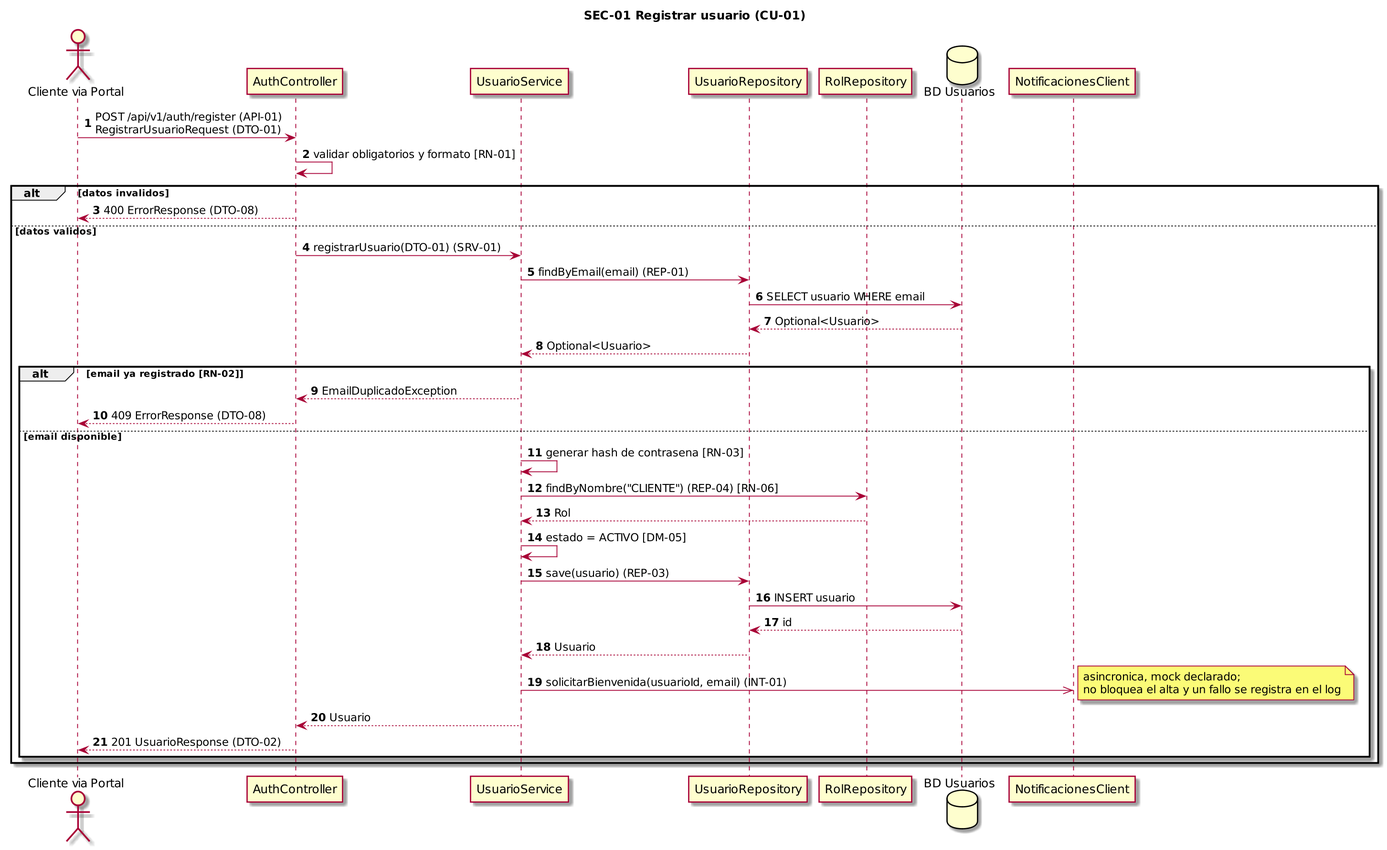
Earlier version of the PlantUML export doc/Diagramas/SEC-01.png (CarlaGorgal2002/deliverygo-usuarios-auth). Its source is kept beside it as doc/Diagramas/SEC-01.puml.
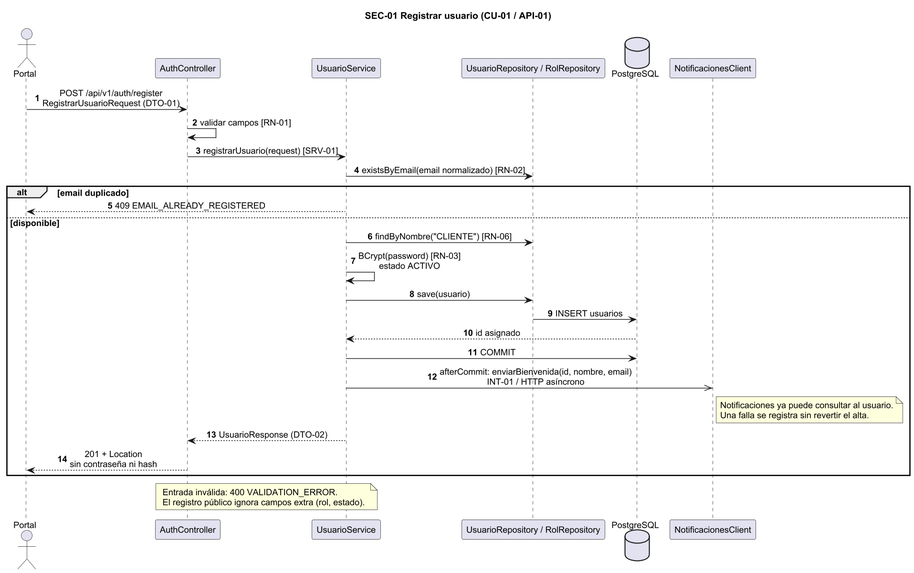
The same diagram one commit later.

What changed in the source:
```diff
@@ -1,41 +1,34 @@
 @startuml SEC-01
-skinparam dpi 170
-title SEC-01 Registrar usuario (CU-01)
+skinparam dpi 135
+skinparam shadowing false
+skinparam defaultFontName Arial
+skinparam defaultFontSize 13
+skinparam sequenceMessageAlign center
+title SEC-01 Registrar usuario (CU-01 / API-01)
 autonumber
-actor "Cliente via Portal" as Cliente
-participant "AuthController" as Ctrl
-participant "UsuarioService" as Srv
-participant "UsuarioRepository" as RepU
-participant "RolRepository" as RepR
-database "BD Usuarios" as BD
-participant "NotificacionesClient" as Notif
-
-Cliente -> Ctrl : POST /api/v1/auth/register (API-01)\nRegistrarUsuarioRequest (DTO-01)
-Ctrl -> Ctrl : validar obligatorios y formato [RN-01]
-alt datos invalidos
-  Ctrl --> Cliente : 400 ErrorResponse (DTO-08)
-else datos validos
-Ctrl -> Srv : registrarUsuario(DTO-01) (SRV-01)
-Srv -> RepU : findByEmail(email) (REP-01)
-RepU -> BD : SELECT usuario WHERE email
-BD --> RepU : Optional<Usuario>
-RepU --> Srv : Optional<Usuario>
-alt email ya registrado [RN-02]
-  Srv --> Ctrl : EmailDuplicadoException
-  Ctrl --> Cliente : 409 ErrorResponse (DTO-08)
-else email disponible
-  Srv -> Srv : generar hash de contrasena [RN-03]
-  Srv -> RepR : findByNombre("CLIENTE") (REP-04) [RN-06]
-  RepR --> Srv : Rol
-  Srv -> Srv : estado = ACTIVO [DM-05]
-  Srv -> RepU : save(usuario) (REP-03)
-  RepU -> BD : INSERT usuario
-  BD --> RepU : id
-  RepU --> Srv : Usuario
-  Srv ->> Notif : solicitarBienvenida(usuarioId, email) (INT-01)
-  note right : asincronica, mock declarado;\nno bloquea el alta y un fallo se registra en el log
-  Srv --> Ctrl : Usuario
-  Ctrl --> Cliente : 201 UsuarioResponse (DTO-02)
+actor Portal
+participant AuthController as C
+participant UsuarioService as S
+participant "UsuarioRepository / RolRepository" as R
+database PostgreSQL as DB
+participant NotificacionesClient as N
+Portal -> C : POST /api/v1/auth/register\nRegistrarUsuarioRequest (DTO-01)
+C -> C : validar campos [RN-01]
+C -> S : registrarUsuario(request) [SRV-01]
+S -> R : existsByEmail(email normalizado) [RN-02]
+alt email duplicado
+ S --> Portal : 409 EMAIL_ALREADY_REGISTERED
+else disponible
+ S -> R : findByNombre("CLIENTE") [RN-06]
+ S -> S : BCrypt(password) [RN-03]\nestado ACTIVO
+ S -> R : save(usuario)
+ R -> DB : INSERT usuarios
+ DB --> S : id asignado
+ S -> DB : COMMIT
+ S ->> N : afterCommit: enviarBienvenida(id, nombre, email)\nINT-01 / HTTP asíncrono
+ note right of N : Notificaciones ya puede consultar al usuario.\nUna falla se registra sin revertir el alta.
+ S --> C : UsuarioResponse (DTO-02)
+ C --> Portal : 201 + Location\nsin contraseña ni hash
 end
-end
+note over C,S : Entrada inválida: 400 VALIDATION_ERROR.\nEl registro público ignora campos extra (rol, estado).
 @enduml
```
